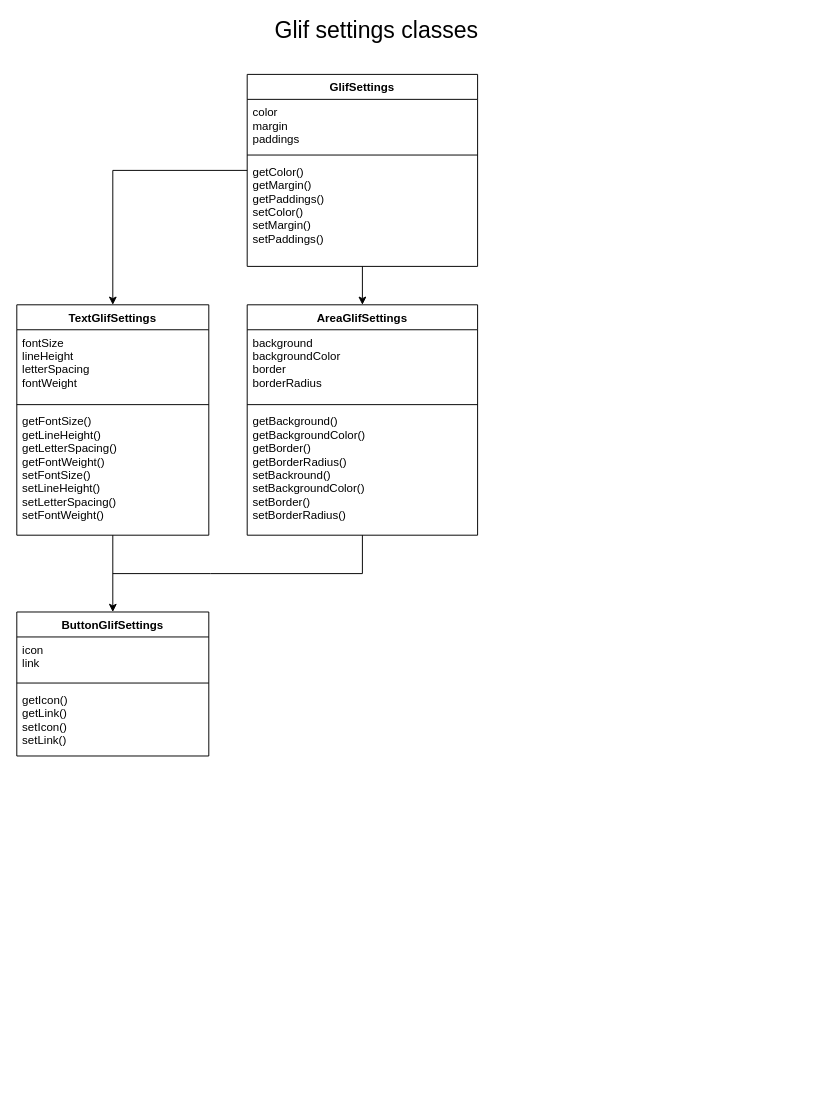
Before: xml/Glif settings classes.drawio in Alexiy1984/for_diagrams, a draw.io diagram. Source tidied: cells renumbered, new cells numbered last; positions are measured from the earlier drawing's top-left corner, leaving out a move shared by most shapes. Both pictures are drawn from the tidied source at 96%, with x=0, y=0 at pixel (16, 16).
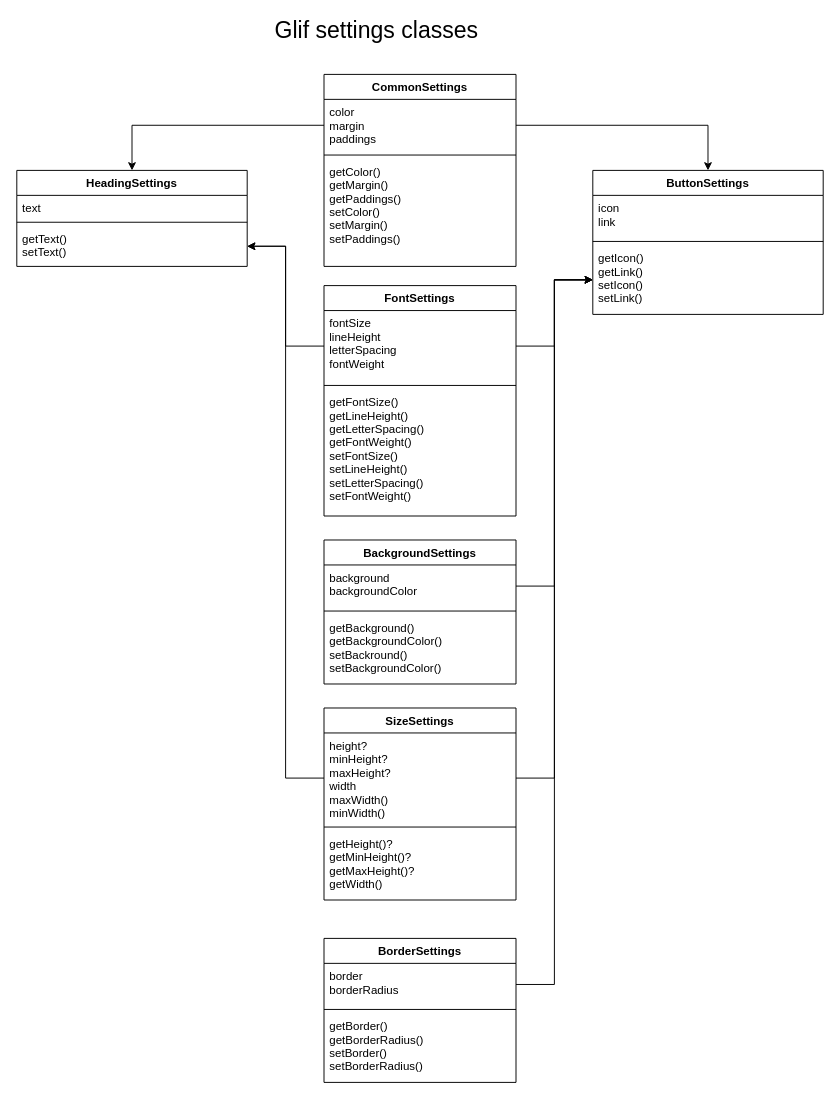
The same diagram, later.

The change refers to these unchanged cells:
```xml
<mxCell id="10" value="fontSize&#10;lineHeight&#10;letterSpacing&#10;fontWeight&#10;" style="text;strokeColor=none;fillColor=none;align=left;verticalAlign=top;spacingLeft=4;spacingRight=4;overflow=hidden;points=[[0,0.5],[1,0.5]];portConstraint=eastwest;fontStyle=0;" parent="9" vertex="1">
  <mxGeometry y="26" width="200" height="74" as="geometry" />
</mxCell>
```

What changed in the source:
```diff
@@
-    <mxCell id="2" style="edgeStyle=orthogonalEdgeStyle;rounded=0;jettySize=auto;html=1;" parent="1" edge="1" source="4" target="9">
-      <mxGeometry relative="1" as="geometry" />
-    </mxCell>
-    <mxCell id="3" style="edgeStyle=orthogonalEdgeStyle;rounded=0;jettySize=auto;html=1;fontSize=24;entryX=0.5;entryY=0;entryDx=0;entryDy=0;" parent="1" edge="1" source="4" target="14">
-      <mxGeometry relative="1" as="geometry" />
-    </mxCell>
-    <mxCell id="4" value="GlifSettings" style="swimlane;fontStyle=1;align=center;verticalAlign=top;horizontal=1;startSize=26;" parent="1" vertex="1">
-      <mxGeometry x="240" y="60" width="240" height="200" as="geometry" />
+    <mxCell id="4" value="CommonSettings" style="swimlane;fontStyle=1;align=center;verticalAlign=top;horizontal=1;startSize=26;" parent="1" vertex="1">
+      <mxGeometry x="320" y="60" width="200" height="200" as="geometry" />
     </mxCell>
     <mxCell id="5" value="color&#10;margin &#10;paddings" style="text;strokeColor=none;fillColor=none;align=left;verticalAlign=top;spacingLeft=4;spacingRight=4;overflow=hidden;points=[[0,0.5],[1,0.5]];portConstraint=eastwest;fontStyle=0;" parent="4" vertex="1">
-      <mxGeometry y="26" width="240" height="54" as="geometry" />
+      <mxGeometry y="26" width="200" height="54" as="geometry" />
     </mxCell>
     <mxCell id="6" style="line;strokeWidth=1;fillColor=none;align=left;verticalAlign=middle;spacingTop=-1;spacingLeft=3;spacingRight=3;labelPosition=right;" parent="4" vertex="1">
-      <mxGeometry y="80" width="240" height="8" as="geometry" />
+      <mxGeometry y="80" width="200" height="8" as="geometry" />
     </mxCell>
     <mxCell id="7" value="getColor()&#10;getMargin()&#10;getPaddings()&#10;setColor()&#10;setMargin()&#10;setPaddings()" style="text;strokeColor=none;fillColor=none;align=left;verticalAlign=top;spacingLeft=4;spacingRight=4;overflow=hidden;" parent="4" vertex="1">
-      <mxGeometry y="88" width="240" height="112" as="geometry" />
+      <mxGeometry y="88" width="200" height="112" as="geometry" />
     </mxCell>
-    <mxCell id="8" style="edgeStyle=orthogonalEdgeStyle;rounded=0;jettySize=auto;html=1;fontSize=24;entryX=0.5;entryY=0;entryDx=0;entryDy=0;" parent="1" edge="1" source="9" target="19">
-      <mxGeometry relative="1" as="geometry" />
-    </mxCell>
-    <mxCell id="9" value="TextGlifSettings" style="swimlane;fontStyle=1;align=center;verticalAlign=top;horizontal=1;startSize=26;" parent="1" vertex="1">
-      <mxGeometry y="300" width="200" height="240" as="geometry" />
+    <mxCell id="9" value="FontSettings" style="swimlane;fontStyle=1;align=center;verticalAlign=top;horizontal=1;startSize=26;" parent="1" vertex="1">
+      <mxGeometry x="320" y="280" width="200" height="240" as="geometry" />
     </mxCell>
@@
-    <mxCell id="13" style="edgeStyle=orthogonalEdgeStyle;rounded=0;jettySize=auto;html=1;fontSize=24;endArrow=none;endFill=0;" parent="1" edge="1" source="14">
-      <mxGeometry relative="1" as="geometry">
-        <mxPoint x="100" y="580" as="targetPoint" />
-        <Array as="points">
-          <mxPoint x="360" y="580" />
-          <mxPoint x="202" y="580" />
-        </Array>
-      </mxGeometry>
-    </mxCell>
-    <mxCell id="14" value="AreaGlifSettings" style="swimlane;fontStyle=1;align=center;verticalAlign=top;horizontal=1;startSize=26;" parent="1" vertex="1">
-      <mxGeometry x="240" y="300" width="240" height="240" as="geometry" />
+    <mxCell id="14" value="BorderSettings" style="swimlane;fontStyle=1;align=center;verticalAlign=top;horizontal=1;startSize=26;" parent="1" vertex="1">
+      <mxGeometry x="320" y="960" width="200" height="150" as="geometry" />
     </mxCell>
-    <mxCell id="15" value="background&#10;backgroundColor&#10;border&#10;borderRadius" style="text;strokeColor=none;fillColor=none;align=left;verticalAlign=top;spacingLeft=4;spacingRight=4;overflow=hidden;points=[[0,0.5],[1,0.5]];portConstraint=eastwest;fontStyle=0;" parent="14" vertex="1">
-      <mxGeometry y="26" width="240" height="74" as="geometry" />
+    <mxCell id="15" value="border&#10;borderRadius" style="text;strokeColor=none;fillColor=none;align=left;verticalAlign=top;spacingLeft=4;spacingRight=4;overflow=hidden;points=[[0,0.5],[1,0.5]];portConstraint=eastwest;fontStyle=0;" parent="14" vertex="1">
+      <mxGeometry y="26" width="200" height="44" as="geometry" />
     </mxCell>
     <mxCell id="16" style="line;strokeWidth=1;fillColor=none;align=left;verticalAlign=middle;spacingTop=-1;spacingLeft=3;spacingRight=3;labelPosition=right;" parent="14" vertex="1">
-      <mxGeometry y="100" width="240" height="8" as="geometry" />
+      <mxGeometry y="70" width="200" height="8" as="geometry" />
     </mxCell>
-    <mxCell id="17" value="getBackground()&#10;getBackgroundColor()&#10;getBorder()&#10;getBorderRadius()&#10;setBackround()&#10;setBackgroundColor()&#10;setBorder()&#10;setBorderRadius()&#10;" style="text;strokeColor=none;fillColor=none;align=left;verticalAlign=top;spacingLeft=4;spacingRight=4;overflow=hidden;fontStyle=0;" parent="14" vertex="1">
-      <mxGeometry y="108" width="240" height="132" as="geometry" />
+    <mxCell id="17" value="getBorder()&#10;getBorderRadius()&#10;setBorder()&#10;setBorderRadius()&#10;" style="text;strokeColor=none;fillColor=none;align=left;verticalAlign=top;spacingLeft=4;spacingRight=4;overflow=hidden;fontStyle=0;" parent="14" vertex="1">
+      <mxGeometry y="78" width="200" height="72" as="geometry" />
     </mxCell>
@@
-    <mxCell id="19" value="ButtonGlifSettings" style="swimlane;fontStyle=1;align=center;verticalAlign=top;horizontal=1;startSize=26;" parent="1" vertex="1">
-      <mxGeometry y="620" width="200" height="150" as="geometry" />
+    <mxCell id="19" value="ButtonSettings" style="swimlane;fontStyle=1;align=center;verticalAlign=top;horizontal=1;startSize=26;" parent="1" vertex="1">
+      <mxGeometry x="600" y="160" width="240" height="150" as="geometry" />
     </mxCell>
     <mxCell id="20" value="icon&#10;link" style="text;strokeColor=none;fillColor=none;align=left;verticalAlign=top;spacingLeft=4;spacingRight=4;overflow=hidden;fontStyle=0;" parent="19" vertex="1">
-      <mxGeometry y="26" width="200" height="44" as="geometry" />
+      <mxGeometry y="26" width="240" height="44" as="geometry" />
     </mxCell>
     <mxCell id="21" style="line;strokeWidth=1;fillColor=none;align=left;verticalAlign=middle;spacingTop=-1;spacingLeft=3;spacingRight=3;labelPosition=right;" parent="19" vertex="1">
-      <mxGeometry y="70" width="200" height="8" as="geometry" />
+      <mxGeometry y="70" width="240" height="8" as="geometry" />
     </mxCell>
     <mxCell id="22" value="getIcon()&#10;getLink()&#10;setIcon()&#10;setLink()" style="text;strokeColor=none;fillColor=none;align=left;verticalAlign=top;spacingLeft=4;spacingRight=4;overflow=hidden;points=[[0,0.5],[1,0.5]];portConstraint=eastwest;fontStyle=0;" parent="19" vertex="1">
-      <mxGeometry y="78" width="200" height="72" as="geometry" />
+      <mxGeometry y="78" width="240" height="72" as="geometry" />
     </mxCell>
+    <mxCell id="23" value="SizeSettings" style="swimlane;fontStyle=1;align=center;verticalAlign=top;horizontal=1;startSize=26;" parent="1" vertex="1">
+      <mxGeometry x="320" y="720" width="200" height="200" as="geometry" />
+    </mxCell>
+    <mxCell id="24" value="height?&#10;minHeight?&#10;maxHeight?&#10;width&#10;maxWidth()&#10;minWidth()" style="text;strokeColor=none;fillColor=none;align=left;verticalAlign=top;spacingLeft=4;spacingRight=4;overflow=hidden;points=[[0,0.5],[1,0.5]];portConstraint=eastwest;fontStyle=0;" parent="23" vertex="1">
+      <mxGeometry y="26" width="200" height="94" as="geometry" />
+    </mxCell>
+    <mxCell id="25" style="line;strokeWidth=1;fillColor=none;align=left;verticalAlign=middle;spacingTop=-1;spacingLeft=3;spacingRight=3;labelPosition=right;" parent="23" vertex="1">
+      <mxGeometry y="120" width="200" height="8" as="geometry" />
+    </mxCell>
+    <mxCell id="26" value="getHeight()?&#10;getMinHeight()?&#10;getMaxHeight()?&#10;getWidth()&#10;" style="text;strokeColor=none;fillColor=none;align=left;verticalAlign=top;spacingLeft=4;spacingRight=4;overflow=hidden;" parent="23" vertex="1">
+      <mxGeometry y="128" width="200" height="72" as="geometry" />
+    </mxCell>
+    <mxCell id="27" value="BackgroundSettings" style="swimlane;fontStyle=1;align=center;verticalAlign=top;horizontal=1;startSize=26;" parent="1" vertex="1">
+      <mxGeometry x="320" y="545" width="200" height="150" as="geometry" />
+    </mxCell>
+    <mxCell id="28" value="background&#10;backgroundColor" style="text;strokeColor=none;fillColor=none;align=left;verticalAlign=top;spacingLeft=4;spacingRight=4;overflow=hidden;points=[[0,0.5],[1,0.5]];portConstraint=eastwest;fontStyle=0;" parent="27" vertex="1">
+      <mxGeometry y="26" width="200" height="44" as="geometry" />
+    </mxCell>
+    <mxCell id="29" style="line;strokeWidth=1;fillColor=none;align=left;verticalAlign=middle;spacingTop=-1;spacingLeft=3;spacingRight=3;labelPosition=right;" parent="27" vertex="1">
+      <mxGeometry y="70" width="200" height="8" as="geometry" />
+    </mxCell>
+    <mxCell id="30" value="getBackground()&#10;getBackgroundColor()&#10;setBackround()&#10;setBackgroundColor()" style="text;strokeColor=none;fillColor=none;align=left;verticalAlign=top;spacingLeft=4;spacingRight=4;overflow=hidden;fontStyle=0;" parent="27" vertex="1">
+      <mxGeometry y="78" width="200" height="72" as="geometry" />
+    </mxCell>
+    <mxCell id="31" value="HeadingSettings" style="swimlane;fontStyle=1;align=center;verticalAlign=top;horizontal=1;startSize=26;" parent="1" vertex="1">
+      <mxGeometry y="160" width="240" height="100" as="geometry" />
+    </mxCell>
+    <mxCell id="32" value="text" style="text;strokeColor=none;fillColor=none;align=left;verticalAlign=top;spacingLeft=4;spacingRight=4;overflow=hidden;fontStyle=0;" parent="31" vertex="1">
+      <mxGeometry y="26" width="240" height="24" as="geometry" />
+    </mxCell>
+    <mxCell id="33" style="line;strokeWidth=1;fillColor=none;align=left;verticalAlign=middle;spacingTop=-1;spacingLeft=3;spacingRight=3;labelPosition=right;" parent="31" vertex="1">
+      <mxGeometry y="50" width="240" height="8" as="geometry" />
+    </mxCell>
+    <mxCell id="34" value="getText()&#10;setText()" style="text;strokeColor=none;fillColor=none;align=left;verticalAlign=top;spacingLeft=4;spacingRight=4;overflow=hidden;points=[[0,0.5],[1,0.5]];portConstraint=eastwest;fontStyle=0;" parent="31" vertex="1">
+      <mxGeometry y="58" width="240" height="42" as="geometry" />
+    </mxCell>
+    <mxCell id="35" style="edgeStyle=orthogonalEdgeStyle;rounded=0;jettySize=auto;html=1;entryX=0.5;entryY=0;entryDx=0;entryDy=0;" parent="1" edge="1" source="5" target="19">
+      <mxGeometry relative="1" as="geometry" />
+    </mxCell>
+    <mxCell id="36" style="edgeStyle=orthogonalEdgeStyle;rounded=0;jettySize=auto;html=1;exitX=1;exitY=0.5;exitDx=0;exitDy=0;" parent="1" edge="1" source="10" target="22">
+      <mxGeometry relative="1" as="geometry" />
+    </mxCell>
+    <mxCell id="37" style="edgeStyle=orthogonalEdgeStyle;rounded=0;jettySize=auto;html=1;exitX=1;exitY=0.5;exitDx=0;exitDy=0;entryX=0;entryY=0.5;entryDx=0;entryDy=0;" parent="1" edge="1" source="28" target="22">
+      <mxGeometry relative="1" as="geometry" />
+    </mxCell>
+    <mxCell id="38" style="edgeStyle=orthogonalEdgeStyle;rounded=0;jettySize=auto;html=1;entryX=0;entryY=0.5;entryDx=0;entryDy=0;" parent="1" edge="1" source="24" target="22">
+      <mxGeometry relative="1" as="geometry" />
+    </mxCell>
+    <mxCell id="39" style="edgeStyle=orthogonalEdgeStyle;rounded=0;jettySize=auto;html=1;exitX=1;exitY=0.5;exitDx=0;exitDy=0;entryX=0;entryY=0.5;entryDx=0;entryDy=0;" parent="1" edge="1" source="15" target="22">
+      <mxGeometry relative="1" as="geometry" />
+    </mxCell>
+    <mxCell id="40" style="edgeStyle=orthogonalEdgeStyle;rounded=0;jettySize=auto;html=1;exitX=0;exitY=0.5;exitDx=0;exitDy=0;entryX=0.5;entryY=0;entryDx=0;entryDy=0;endArrow=classic;endFill=1;" parent="1" edge="1" source="5" target="31">
+      <mxGeometry relative="1" as="geometry" />
+    </mxCell>
+    <mxCell id="41" style="edgeStyle=orthogonalEdgeStyle;rounded=0;jettySize=auto;html=1;exitX=0;exitY=0.5;exitDx=0;exitDy=0;entryX=1;entryY=0.5;entryDx=0;entryDy=0;endArrow=classic;endFill=1;" parent="1" edge="1" source="10" target="34">
+      <mxGeometry relative="1" as="geometry" />
+    </mxCell>
+    <mxCell id="42" style="edgeStyle=orthogonalEdgeStyle;rounded=0;jettySize=auto;html=1;exitX=0;exitY=0.5;exitDx=0;exitDy=0;endArrow=classic;endFill=1;entryX=1;entryY=0.5;entryDx=0;entryDy=0;" parent="1" edge="1" source="24" target="34">
+      <mxGeometry relative="1" as="geometry" />
+    </mxCell>
```
